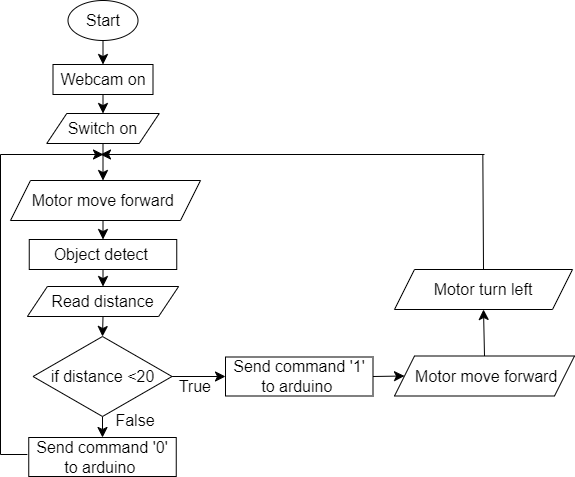
This is Sdp flowchart.png from Abcdefghijkirah/Test-, a draw.io export, as it was before one commit. Source tidied: cells renumbered, new cells last; positions are measured from the earlier drawing's top-left corner, leaving out a move shared by most shapes. Source of this version:
```xml
<mxGraphModel>
  <root>
    <mxCell id="0" />
    <mxCell id="1" parent="0" />
    <mxCell id="2" style="edgeStyle=none;curved=1;rounded=0;jettySize=auto;html=1;exitX=0.5;exitY=1;exitDx=0;exitDy=0;entryX=0.5;entryY=0;entryDx=0;entryDy=0;fontSize=12;startSize=8;endSize=8;" parent="1" edge="1" source="3" target="16">
      <mxGeometry relative="1" as="geometry" />
    </mxCell>
    <mxCell id="3" value="Start" style="ellipse;whiteSpace=wrap;html=1;fontSize=16;" parent="1" vertex="1">
      <mxGeometry x="67.5" width="70" height="40" as="geometry" />
    </mxCell>
    <mxCell id="4" style="edgeStyle=none;curved=1;rounded=0;jettySize=auto;html=1;exitX=0.5;exitY=1;exitDx=0;exitDy=0;entryX=0.5;entryY=0;entryDx=0;entryDy=0;fontSize=12;startSize=8;endSize=8;" parent="1" edge="1" source="5">
      <mxGeometry relative="1" as="geometry">
        <mxPoint x="102.5" y="180" as="targetPoint" />
      </mxGeometry>
    </mxCell>
    <mxCell id="5" value="Switch on" style="shape=parallelogram;perimeter=parallelogramPerimeter;whiteSpace=wrap;html=1;fixedSize=1;fontSize=16;" parent="1" vertex="1">
      <mxGeometry x="46.2" y="113" width="112.5" height="30" as="geometry" />
    </mxCell>
    <mxCell id="6" style="edgeStyle=none;curved=1;rounded=0;jettySize=auto;html=1;exitX=0.5;exitY=1;exitDx=0;exitDy=0;entryX=0.5;entryY=0;entryDx=0;entryDy=0;fontSize=12;startSize=8;endSize=8;" parent="1" edge="1" target="8">
      <mxGeometry relative="1" as="geometry">
        <mxPoint x="102.5" y="220" as="sourcePoint" />
      </mxGeometry>
    </mxCell>
    <mxCell id="7" style="edgeStyle=none;curved=1;rounded=0;jettySize=auto;html=1;exitX=0.5;exitY=1;exitDx=0;exitDy=0;entryX=0.5;entryY=0;entryDx=0;entryDy=0;fontSize=12;startSize=8;endSize=8;" parent="1" edge="1" source="8" target="10">
      <mxGeometry relative="1" as="geometry" />
    </mxCell>
    <mxCell id="8" value="Object detect&amp;nbsp;" style="rounded=0;whiteSpace=wrap;html=1;fontSize=16;" parent="1" vertex="1">
      <mxGeometry x="28.8" y="239" width="147.5" height="30" as="geometry" />
    </mxCell>
    <mxCell id="9" style="edgeStyle=none;curved=1;rounded=0;jettySize=auto;html=1;exitX=0.5;exitY=1;exitDx=0;exitDy=0;entryX=0.5;entryY=0;entryDx=0;entryDy=0;fontSize=12;startSize=8;endSize=8;" parent="1" edge="1" source="10" target="13">
      <mxGeometry relative="1" as="geometry" />
    </mxCell>
    <mxCell id="10" value="Read distance" style="shape=parallelogram;perimeter=parallelogramPerimeter;whiteSpace=wrap;html=1;fixedSize=1;fontSize=16;" parent="1" vertex="1">
      <mxGeometry x="26.9" y="286" width="151.2" height="30" as="geometry" />
    </mxCell>
    <mxCell id="11" style="edgeStyle=none;curved=1;rounded=0;jettySize=auto;html=1;exitX=0.5;exitY=1;exitDx=0;exitDy=0;entryX=0.5;entryY=0;entryDx=0;entryDy=0;fontSize=12;startSize=8;endSize=8;" parent="1" edge="1" source="13" target="14">
      <mxGeometry relative="1" as="geometry" />
    </mxCell>
    <mxCell id="12" style="edgeStyle=none;curved=1;rounded=0;jettySize=auto;html=1;exitX=1;exitY=0.5;exitDx=0;exitDy=0;entryX=0;entryY=0.5;entryDx=0;entryDy=0;fontSize=12;startSize=8;endSize=8;" parent="1" edge="1" source="13" target="18">
      <mxGeometry relative="1" as="geometry" />
    </mxCell>
    <mxCell id="13" value="if distance &amp;lt;20" style="rhombus;whiteSpace=wrap;html=1;fontSize=16;" parent="1" vertex="1">
      <mxGeometry x="32.5" y="336" width="139" height="80" as="geometry" />
    </mxCell>
    <mxCell id="14" value="Send command '0' to arduino&amp;nbsp;" style="rounded=0;whiteSpace=wrap;html=1;fontSize=16;" parent="1" vertex="1">
      <mxGeometry x="28.2" y="437" width="147.5" height="39" as="geometry" />
    </mxCell>
    <mxCell id="15" style="edgeStyle=none;curved=1;rounded=0;jettySize=auto;html=1;exitX=0.5;exitY=1;exitDx=0;exitDy=0;entryX=0.5;entryY=0;entryDx=0;entryDy=0;fontSize=12;startSize=8;endSize=8;" parent="1" edge="1" source="16" target="5">
      <mxGeometry relative="1" as="geometry" />
    </mxCell>
    <mxCell id="16" value="Webcam on" style="rounded=0;whiteSpace=wrap;html=1;fontSize=16;" parent="1" vertex="1">
      <mxGeometry x="52.5" y="64" width="100" height="30" as="geometry" />
    </mxCell>
    <mxCell id="17" style="edgeStyle=none;curved=1;rounded=0;jettySize=auto;html=1;exitX=1;exitY=0.5;exitDx=0;exitDy=0;entryX=0;entryY=0.5;entryDx=0;entryDy=0;fontSize=12;startSize=8;endSize=8;" parent="1" edge="1" source="18" target="24">
      <mxGeometry relative="1" as="geometry" />
    </mxCell>
    <mxCell id="18" value="Send command '1' to arduino&amp;nbsp;" style="rounded=0;whiteSpace=wrap;html=1;fontSize=16;" parent="1" vertex="1">
      <mxGeometry x="225" y="356.5" width="147.5" height="39" as="geometry" />
    </mxCell>
    <mxCell id="19" style="endArrow=classic;html=1;rounded=0;fontSize=12;startSize=8;endSize=8;curved=1;" parent="1" edge="1">
      <mxGeometry relative="1" as="geometry">
        <mxPoint y="154" as="sourcePoint" />
        <mxPoint x="103" y="154" as="targetPoint" />
      </mxGeometry>
    </mxCell>
    <mxCell id="20" style="endArrow=none;html=1;rounded=0;fontSize=12;startSize=8;endSize=8;curved=1;" parent="1" edge="1">
      <mxGeometry relative="1" as="geometry">
        <mxPoint y="454" as="sourcePoint" />
        <mxPoint y="154" as="targetPoint" />
      </mxGeometry>
    </mxCell>
    <mxCell id="21" value="Motor move forward&amp;nbsp;" style="shape=parallelogram;perimeter=parallelogramPerimeter;whiteSpace=wrap;html=1;fixedSize=1;fontSize=16;" parent="1" vertex="1">
      <mxGeometry x="10" y="180" width="190" height="40" as="geometry" />
    </mxCell>
    <mxCell id="22" value="Motor turn left" style="shape=parallelogram;perimeter=parallelogramPerimeter;whiteSpace=wrap;html=1;fixedSize=1;fontSize=16;" parent="1" vertex="1">
      <mxGeometry x="394" y="269" width="178" height="40" as="geometry" />
    </mxCell>
    <mxCell id="23" style="edgeStyle=none;curved=1;rounded=0;jettySize=auto;html=1;exitX=0.5;exitY=0;exitDx=0;exitDy=0;entryX=0.5;entryY=1;entryDx=0;entryDy=0;fontSize=12;startSize=8;endSize=8;" parent="1" edge="1" source="24" target="22">
      <mxGeometry relative="1" as="geometry" />
    </mxCell>
    <mxCell id="24" value="&amp;nbsp; Motor move forward&amp;nbsp;" style="shape=parallelogram;perimeter=parallelogramPerimeter;whiteSpace=wrap;html=1;fixedSize=1;fontSize=16;" parent="1" vertex="1">
      <mxGeometry x="394" y="355.5" width="180" height="40" as="geometry" />
    </mxCell>
    <mxCell id="25" style="endArrow=classic;html=1;rounded=0;fontSize=12;startSize=8;endSize=8;curved=1;" parent="1" edge="1">
      <mxGeometry relative="1" as="geometry">
        <mxPoint x="484" y="154" as="sourcePoint" />
        <mxPoint x="100" y="154" as="targetPoint" />
      </mxGeometry>
    </mxCell>
    <mxCell id="26" style="endArrow=none;html=1;rounded=0;fontSize=12;startSize=8;endSize=8;curved=1;exitX=0.5;exitY=0;exitDx=0;exitDy=0;" parent="1" edge="1" source="22">
      <mxGeometry relative="1" as="geometry">
        <mxPoint x="482.3" y="154" as="targetPoint" />
      </mxGeometry>
    </mxCell>
    <mxCell id="27" style="endArrow=none;html=1;rounded=0;fontSize=12;startSize=8;endSize=8;curved=1;" parent="1" edge="1">
      <mxGeometry relative="1" as="geometry">
        <mxPoint y="454" as="sourcePoint" />
        <mxPoint x="26.9" y="454" as="targetPoint" />
      </mxGeometry>
    </mxCell>
    <mxCell id="28" value="True&amp;nbsp;" style="text;strokeColor=none;fillColor=none;html=1;align=center;verticalAlign=middle;whiteSpace=wrap;rounded=0;fontSize=16;" parent="1" vertex="1">
      <mxGeometry x="171.5" y="384" width="50" height="3.5" as="geometry" />
    </mxCell>
    <mxCell id="29" value="False" style="text;strokeColor=none;fillColor=none;html=1;align=center;verticalAlign=middle;whiteSpace=wrap;rounded=0;fontSize=16;" parent="1" vertex="1">
      <mxGeometry x="110" y="416" width="50" height="8" as="geometry" />
    </mxCell>
  </root>
</mxGraphModel>
```
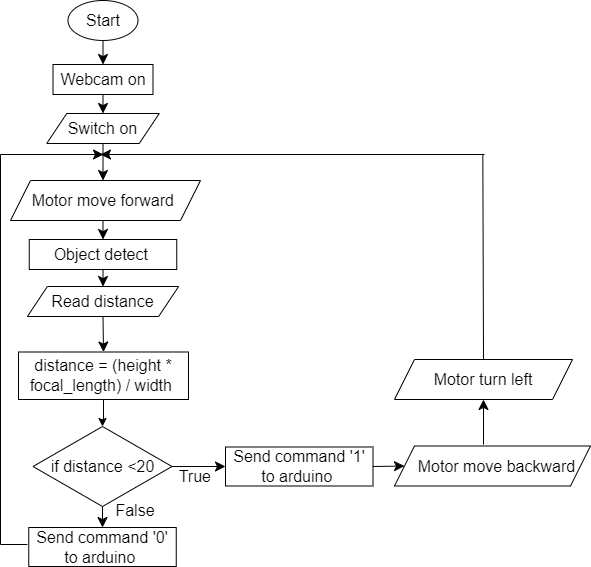
The same file after the commit.

Change to the diagram source:
```diff
@@ -6,32 +6,32 @@
       <mxGeometry relative="1" as="geometry" />
     </mxCell>
     <mxCell id="3" value="Start" style="ellipse;whiteSpace=wrap;html=1;fontSize=16;" parent="1" vertex="1">
-      <mxGeometry x="67.5" width="70" height="40" as="geometry" />
+      <mxGeometry x="67.5" y="-90" width="70" height="40" as="geometry" />
     </mxCell>
     <mxCell id="4" style="edgeStyle=none;curved=1;rounded=0;jettySize=auto;html=1;exitX=0.5;exitY=1;exitDx=0;exitDy=0;entryX=0.5;entryY=0;entryDx=0;entryDy=0;fontSize=12;startSize=8;endSize=8;" parent="1" edge="1" source="5">
       <mxGeometry relative="1" as="geometry">
-        <mxPoint x="102.5" y="180" as="targetPoint" />
+        <mxPoint x="102.5" y="90" as="targetPoint" />
       </mxGeometry>
     </mxCell>
     <mxCell id="5" value="Switch on" style="shape=parallelogram;perimeter=parallelogramPerimeter;whiteSpace=wrap;html=1;fixedSize=1;fontSize=16;" parent="1" vertex="1">
-      <mxGeometry x="46.2" y="113" width="112.5" height="30" as="geometry" />
+      <mxGeometry x="46.2" y="23" width="112.5" height="30" as="geometry" />
     </mxCell>
     <mxCell id="6" style="edgeStyle=none;curved=1;rounded=0;jettySize=auto;html=1;exitX=0.5;exitY=1;exitDx=0;exitDy=0;entryX=0.5;entryY=0;entryDx=0;entryDy=0;fontSize=12;startSize=8;endSize=8;" parent="1" edge="1" target="8">
       <mxGeometry relative="1" as="geometry">
-        <mxPoint x="102.5" y="220" as="sourcePoint" />
+        <mxPoint x="102.5" y="130" as="sourcePoint" />
       </mxGeometry>
     </mxCell>
     <mxCell id="7" style="edgeStyle=none;curved=1;rounded=0;jettySize=auto;html=1;exitX=0.5;exitY=1;exitDx=0;exitDy=0;entryX=0.5;entryY=0;entryDx=0;entryDy=0;fontSize=12;startSize=8;endSize=8;" parent="1" edge="1" source="8" target="10">
       <mxGeometry relative="1" as="geometry" />
     </mxCell>
     <mxCell id="8" value="Object detect&amp;nbsp;" style="rounded=0;whiteSpace=wrap;html=1;fontSize=16;" parent="1" vertex="1">
-      <mxGeometry x="28.8" y="239" width="147.5" height="30" as="geometry" />
+      <mxGeometry x="28.8" y="149" width="147.5" height="30" as="geometry" />
     </mxCell>
-    <mxCell id="9" style="edgeStyle=none;curved=1;rounded=0;jettySize=auto;html=1;exitX=0.5;exitY=1;exitDx=0;exitDy=0;entryX=0.5;entryY=0;entryDx=0;entryDy=0;fontSize=12;startSize=8;endSize=8;" parent="1" edge="1" source="10" target="13">
+    <mxCell id="9" style="edgeStyle=none;curved=1;rounded=0;jettySize=auto;html=1;exitX=0.5;exitY=1;exitDx=0;exitDy=0;fontSize=12;startSize=8;endSize=8;entryX=0.5;entryY=0;entryDx=0;entryDy=0;" parent="1" edge="1" source="10" target="31">
       <mxGeometry relative="1" as="geometry" />
     </mxCell>
     <mxCell id="10" value="Read distance" style="shape=parallelogram;perimeter=parallelogramPerimeter;whiteSpace=wrap;html=1;fixedSize=1;fontSize=16;" parent="1" vertex="1">
-      <mxGeometry x="26.9" y="286" width="151.2" height="30" as="geometry" />
+      <mxGeometry x="26.9" y="196" width="151.2" height="30" as="geometry" />
     </mxCell>
     <mxCell id="11" style="edgeStyle=none;curved=1;rounded=0;jettySize=auto;html=1;exitX=0.5;exitY=1;exitDx=0;exitDy=0;entryX=0.5;entryY=0;entryDx=0;entryDy=0;fontSize=12;startSize=8;endSize=8;" parent="1" edge="1" source="13" target="14">
       <mxGeometry relative="1" as="geometry" />
@@ -49,7 +49,7 @@
       <mxGeometry relative="1" as="geometry" />
     </mxCell>
     <mxCell id="16" value="Webcam on" style="rounded=0;whiteSpace=wrap;html=1;fontSize=16;" parent="1" vertex="1">
-      <mxGeometry x="52.5" y="64" width="100" height="30" as="geometry" />
+      <mxGeometry x="52.5" y="-26" width="100" height="30" as="geometry" />
     </mxCell>
     <mxCell id="17" style="edgeStyle=none;curved=1;rounded=0;jettySize=auto;html=1;exitX=1;exitY=0.5;exitDx=0;exitDy=0;entryX=0;entryY=0.5;entryDx=0;entryDy=0;fontSize=12;startSize=8;endSize=8;" parent="1" edge="1" source="18" target="24">
       <mxGeometry relative="1" as="geometry" />
@@ -59,37 +59,39 @@
     </mxCell>
     <mxCell id="19" style="endArrow=classic;html=1;rounded=0;fontSize=12;startSize=8;endSize=8;curved=1;" parent="1" edge="1">
       <mxGeometry relative="1" as="geometry">
-        <mxPoint y="154" as="sourcePoint" />
-        <mxPoint x="103" y="154" as="targetPoint" />
+        <mxPoint y="64" as="sourcePoint" />
+        <mxPoint x="103" y="64" as="targetPoint" />
       </mxGeometry>
     </mxCell>
     <mxCell id="20" style="endArrow=none;html=1;rounded=0;fontSize=12;startSize=8;endSize=8;curved=1;" parent="1" edge="1">
       <mxGeometry relative="1" as="geometry">
         <mxPoint y="454" as="sourcePoint" />
-        <mxPoint y="154" as="targetPoint" />
+        <mxPoint y="64" as="targetPoint" />
       </mxGeometry>
     </mxCell>
     <mxCell id="21" value="Motor move forward&amp;nbsp;" style="shape=parallelogram;perimeter=parallelogramPerimeter;whiteSpace=wrap;html=1;fixedSize=1;fontSize=16;" parent="1" vertex="1">
-      <mxGeometry x="10" y="180" width="190" height="40" as="geometry" />
+      <mxGeometry x="10" y="90" width="190" height="40" as="geometry" />
     </mxCell>
     <mxCell id="22" value="Motor turn left" style="shape=parallelogram;perimeter=parallelogramPerimeter;whiteSpace=wrap;html=1;fixedSize=1;fontSize=16;" parent="1" vertex="1">
       <mxGeometry x="394" y="269" width="178" height="40" as="geometry" />
     </mxCell>
-    <mxCell id="23" style="edgeStyle=none;curved=1;rounded=0;jettySize=auto;html=1;exitX=0.5;exitY=0;exitDx=0;exitDy=0;entryX=0.5;entryY=1;entryDx=0;entryDy=0;fontSize=12;startSize=8;endSize=8;" parent="1" edge="1" source="24" target="22">
-      <mxGeometry relative="1" as="geometry" />
+    <mxCell id="23" style="edgeStyle=none;curved=1;rounded=0;jettySize=auto;html=1;entryX=0.5;entryY=1;entryDx=0;entryDy=0;fontSize=12;startSize=8;endSize=8;" parent="1" edge="1" target="22">
+      <mxGeometry relative="1" as="geometry">
+        <mxPoint x="483" y="354" as="sourcePoint" />
+      </mxGeometry>
     </mxCell>
-    <mxCell id="24" value="&amp;nbsp; Motor move forward&amp;nbsp;" style="shape=parallelogram;perimeter=parallelogramPerimeter;whiteSpace=wrap;html=1;fixedSize=1;fontSize=16;" parent="1" vertex="1">
-      <mxGeometry x="394" y="355.5" width="180" height="40" as="geometry" />
+    <mxCell id="24" value="&amp;nbsp; Motor move backward" style="shape=parallelogram;perimeter=parallelogramPerimeter;whiteSpace=wrap;html=1;fixedSize=1;fontSize=16;" parent="1" vertex="1">
+      <mxGeometry x="394" y="355.5" width="196" height="40" as="geometry" />
     </mxCell>
     <mxCell id="25" style="endArrow=classic;html=1;rounded=0;fontSize=12;startSize=8;endSize=8;curved=1;" parent="1" edge="1">
       <mxGeometry relative="1" as="geometry">
-        <mxPoint x="484" y="154" as="sourcePoint" />
-        <mxPoint x="100" y="154" as="targetPoint" />
+        <mxPoint x="484" y="64" as="sourcePoint" />
+        <mxPoint x="100" y="64" as="targetPoint" />
       </mxGeometry>
     </mxCell>
     <mxCell id="26" style="endArrow=none;html=1;rounded=0;fontSize=12;startSize=8;endSize=8;curved=1;exitX=0.5;exitY=0;exitDx=0;exitDy=0;" parent="1" edge="1" source="22">
       <mxGeometry relative="1" as="geometry">
-        <mxPoint x="482.3" y="154" as="targetPoint" />
+        <mxPoint x="482.3" y="64" as="targetPoint" />
       </mxGeometry>
     </mxCell>
     <mxCell id="27" style="endArrow=none;html=1;rounded=0;fontSize=12;startSize=8;endSize=8;curved=1;" parent="1" edge="1">
@@ -104,5 +106,11 @@
     <mxCell id="29" value="False" style="text;strokeColor=none;fillColor=none;html=1;align=center;verticalAlign=middle;whiteSpace=wrap;rounded=0;fontSize=16;" parent="1" vertex="1">
       <mxGeometry x="110" y="416" width="50" height="8" as="geometry" />
     </mxCell>
+    <mxCell id="30" style="edgeStyle=orthogonalEdgeStyle;rounded=0;jettySize=auto;html=1;exitX=0.5;exitY=1;exitDx=0;exitDy=0;" parent="1" edge="1" source="31" target="13">
+      <mxGeometry relative="1" as="geometry" />
+    </mxCell>
+    <mxCell id="31" value="&lt;font size=&quot;3&quot;&gt;distance = (height * focal_length) / width&amp;nbsp;&lt;/font&gt;" style="rounded=0;whiteSpace=wrap;html=1;" parent="1" vertex="1">
+      <mxGeometry x="18" y="261.5" width="170" height="47.5" as="geometry" />
+    </mxCell>
   </root>
 </mxGraphModel>
```
